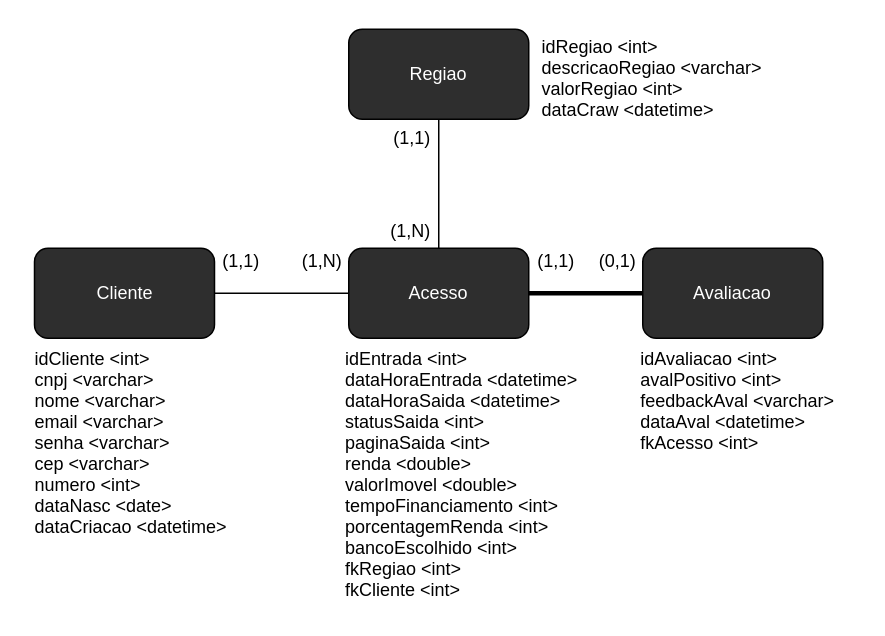
The draw.io diagram banco_de_dados/modelagem-bd.drawio in felipe-dias-azevedo/Finoban, before the edit. Source tidied: cells renumbered, new cells numbered last; positions are measured from the earlier drawing's top-left corner, leaving out a move shared by most shapes. Both pictures are drawn from the tidied source at 150%, with x=0, y=0 at pixel (26, 26).
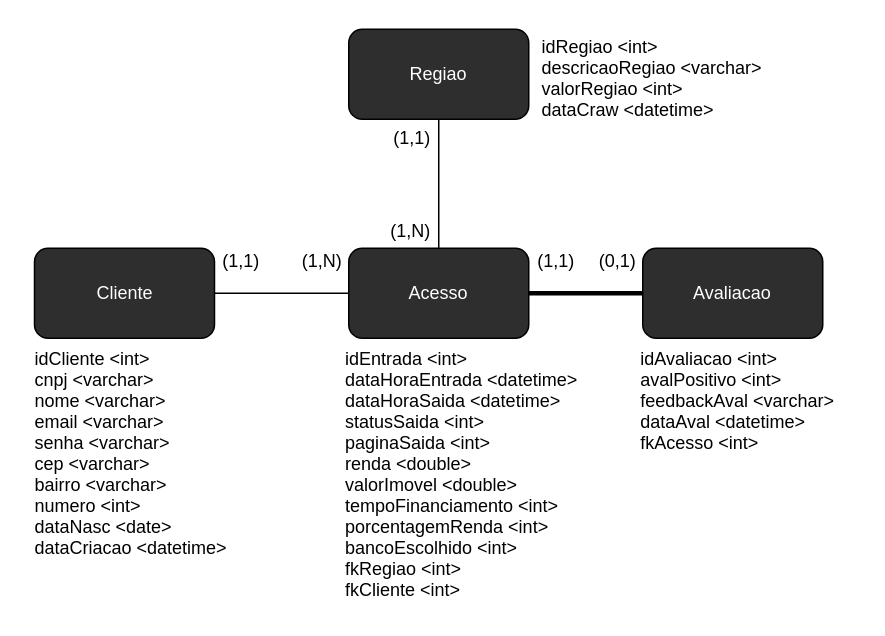
The same diagram, later.

Commit message (it also covers changes not shown here):
campo bairro adicionado

The edit, as a diff of the source:
```diff
@@
-    <mxCell id="7" value="idCliente &lt;int&gt;&#10;cnpj &lt;varchar&gt;&#10;nome &lt;varchar&gt;&#10;email &lt;varchar&gt;&#10;senha &lt;varchar&gt;&#10;cep &lt;varchar&gt;&#10;numero &lt;int&gt;&#10;dataNasc &lt;date&gt;&#10;dataCriacao &lt;datetime&gt;&#10;" style="text;strokeColor=none;fillColor=none;align=left;verticalAlign=top;spacingLeft=4;spacingRight=4;overflow=hidden;" parent="1" vertex="1">
-      <mxGeometry y="208" width="140" height="150" as="geometry" />
+    <mxCell id="7" value="idCliente &lt;int&gt;&#10;cnpj &lt;varchar&gt;&#10;nome &lt;varchar&gt;&#10;email &lt;varchar&gt;&#10;senha &lt;varchar&gt;&#10;cep &lt;varchar&gt;&#10;bairro &lt;varchar&gt;&#10;numero &lt;int&gt;&#10;dataNasc &lt;date&gt;&#10;dataCriacao &lt;datetime&gt;&#10;" style="text;strokeColor=none;fillColor=none;align=left;verticalAlign=top;spacingLeft=4;spacingRight=4;overflow=hidden;" parent="1" vertex="1">
+      <mxGeometry y="208" width="140" height="171" as="geometry" />
     </mxCell>
```
